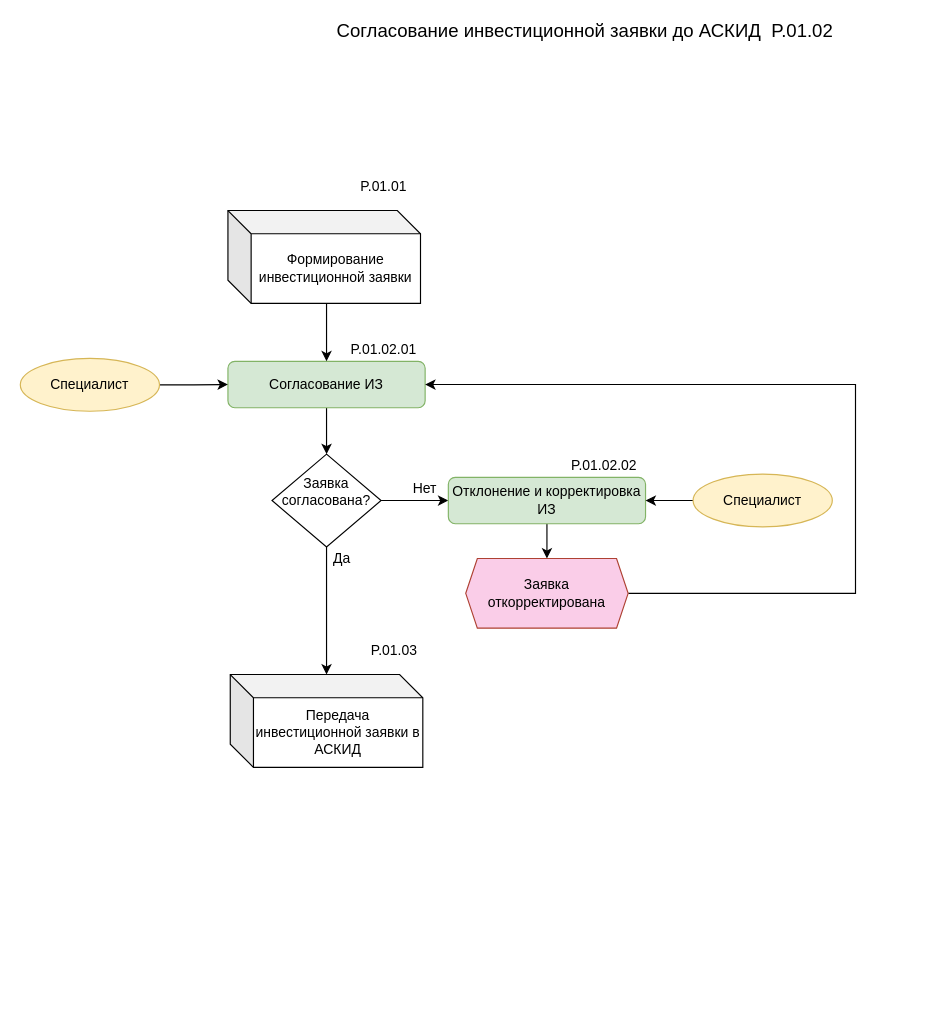
Before: page "Page-2 (Done)" (2 of 7) of P.01.01 - 01.07_V2 (3).drawio in GluhovDmitry/charts, a draw.io diagram. Source tidied: cells renumbered, new cells numbered last; positions are measured from the earlier drawing's top-left corner, leaving out a move shared by most shapes. Both pictures are drawn from the tidied source at 116%, with x=0, y=0 at pixel (20, 24).
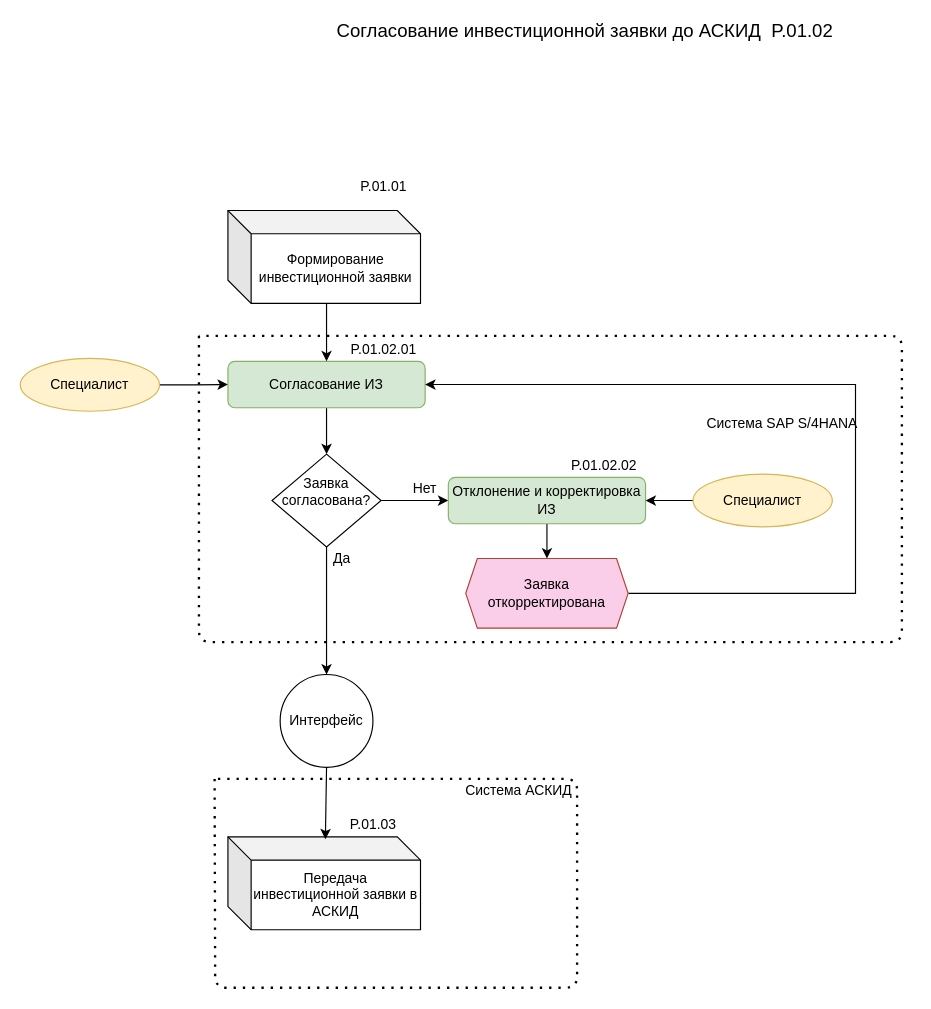
The same page after the edit.

Unchanged cells that the change refers to:
```xml
<mxCell id="6" value="Заявка согласована?&lt;br&gt;&amp;nbsp; &amp;nbsp; &amp;nbsp;&lt;br&gt;" style="rhombus;whiteSpace=wrap;html=1;" parent="1" vertex="1">
  <mxGeometry x="217" y="370" width="94" height="80" as="geometry" />
</mxCell>
```

The edit, as a diff of the source:
```diff
@@
-    <mxCell id="4" style="edgeStyle=orthogonalEdgeStyle;rounded=0;jettySize=auto;html=1;" parent="1" edge="1" source="6" target="8">
+    <mxCell id="4" style="edgeStyle=orthogonalEdgeStyle;rounded=0;jettySize=auto;html=1;" parent="1" edge="1" source="6" target="27">
       <mxGeometry relative="1" as="geometry" />
     </mxCell>
@@
     <mxCell id="8" value="Передача инвестиционной заявки в АСКИД" style="shape=cube;whiteSpace=wrap;html=1;boundedLbl=1;backgroundOutline=1;darkOpacity=0.05;darkOpacity2=0.1;" parent="1" vertex="1">
-      <mxGeometry x="181" y="560" width="166" height="80" as="geometry" />
+      <mxGeometry x="179" y="700" width="166" height="80" as="geometry" />
     </mxCell>
@@
     <mxCell id="13" value="P.01.03" style="text;html=1;strokeColor=none;fillColor=none;align=center;verticalAlign=middle;whiteSpace=wrap;rounded=0;" parent="1" vertex="1">
-      <mxGeometry x="298" y="530" width="49" height="20" as="geometry" />
+      <mxGeometry x="280" y="680" width="49" height="20" as="geometry" />
     </mxCell>
@@
+    <mxCell id="25" style="endArrow=none;dashed=1;html=1;dashPattern=1 3;strokeWidth=2;" parent="1" edge="1">
+      <mxGeometry relative="1" as="geometry">
+        <mxPoint x="154" y="268" as="sourcePoint" />
+        <mxPoint x="154" y="268" as="targetPoint" />
+        <Array as="points">
+          <mxPoint x="154" y="532" />
+          <mxPoint x="760" y="532" />
+          <mxPoint x="760" y="398" />
+          <mxPoint x="760" y="268" />
+        </Array>
+      </mxGeometry>
+    </mxCell>
+    <mxCell id="26" value="&lt;font style=&quot;font-size: 12px&quot;&gt;Система SAP S/4HANA&lt;/font&gt;" style="text;whiteSpace=wrap;html=1;" parent="1" vertex="1">
+      <mxGeometry x="590" y="330" width="178" height="29" as="geometry" />
+    </mxCell>
+    <mxCell id="27" value="Интерфейс" style="ellipse;whiteSpace=wrap;html=1;" parent="1" vertex="1">
+      <mxGeometry x="224" y="560" width="80" height="80" as="geometry" />
+    </mxCell>
+    <mxCell id="28" style="endArrow=classic;html=1;exitX=0.5;exitY=1;exitDx=0;exitDy=0;entryX=0.506;entryY=0.025;entryDx=0;entryDy=0;entryPerimeter=0;" parent="1" edge="1" source="27" target="8">
+      <mxGeometry relative="1" as="geometry" />
+    </mxCell>
+    <mxCell id="29" style="endArrow=none;dashed=1;html=1;dashPattern=1 3;strokeWidth=2;" parent="1" edge="1">
+      <mxGeometry relative="1" as="geometry">
+        <mxPoint x="167.5" y="650" as="sourcePoint" />
+        <mxPoint x="167.5" y="650" as="targetPoint" />
+        <Array as="points">
+          <mxPoint x="168" y="830" />
+          <mxPoint x="480" y="830" />
+          <mxPoint x="480" y="650" />
+        </Array>
+      </mxGeometry>
+    </mxCell>
+    <mxCell id="30" value="Система АСКИД" style="text;html=1;strokeColor=none;fillColor=none;align=center;verticalAlign=middle;whiteSpace=wrap;rounded=0;" parent="1" vertex="1">
+      <mxGeometry x="380" y="650" width="100" height="20" as="geometry" />
+    </mxCell>
```
